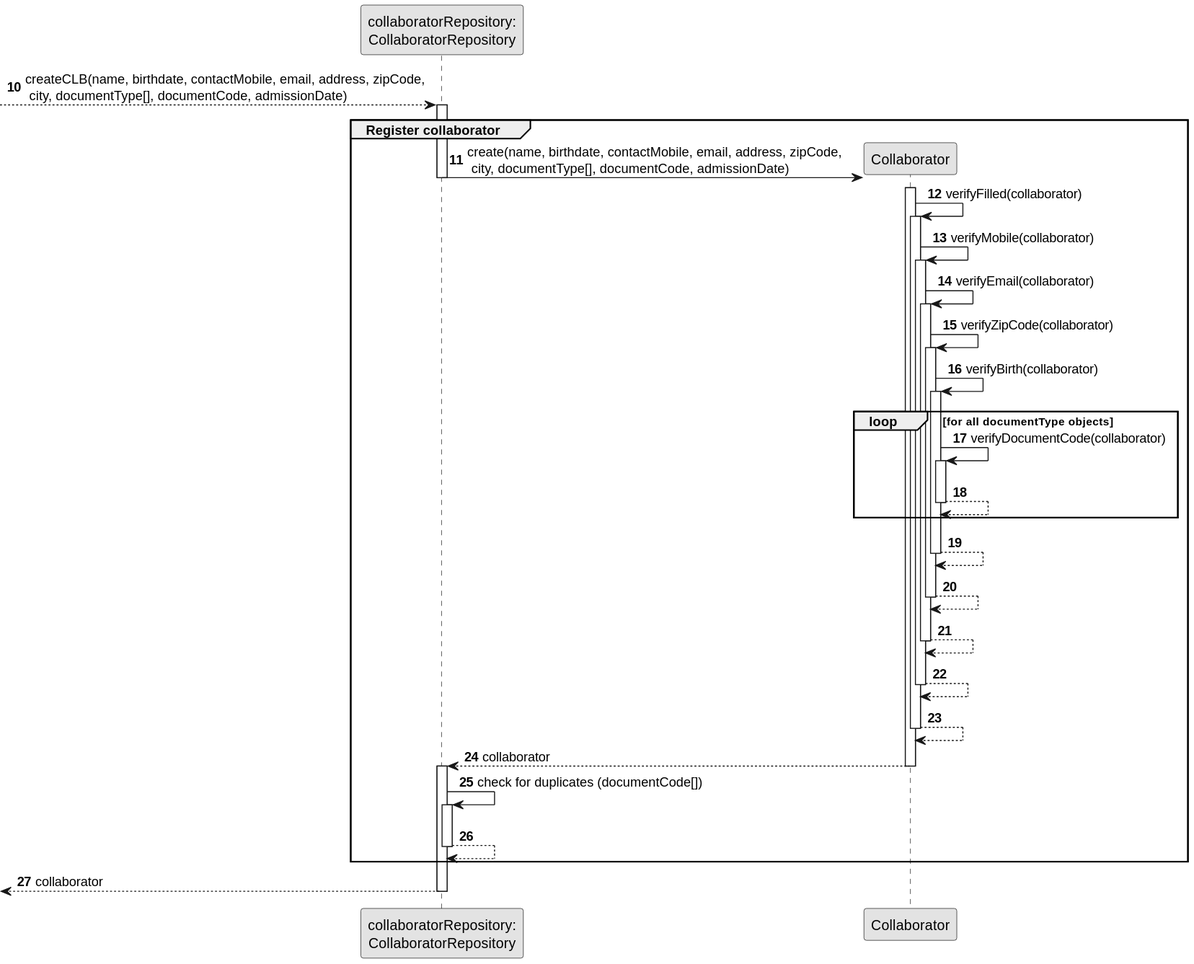
Earlier version of the PlantUML export docs/sprintB/us003/03.design/svg/us003-sequence-diagram-partial-register-collab.svg (ricardomm7/leaflink).
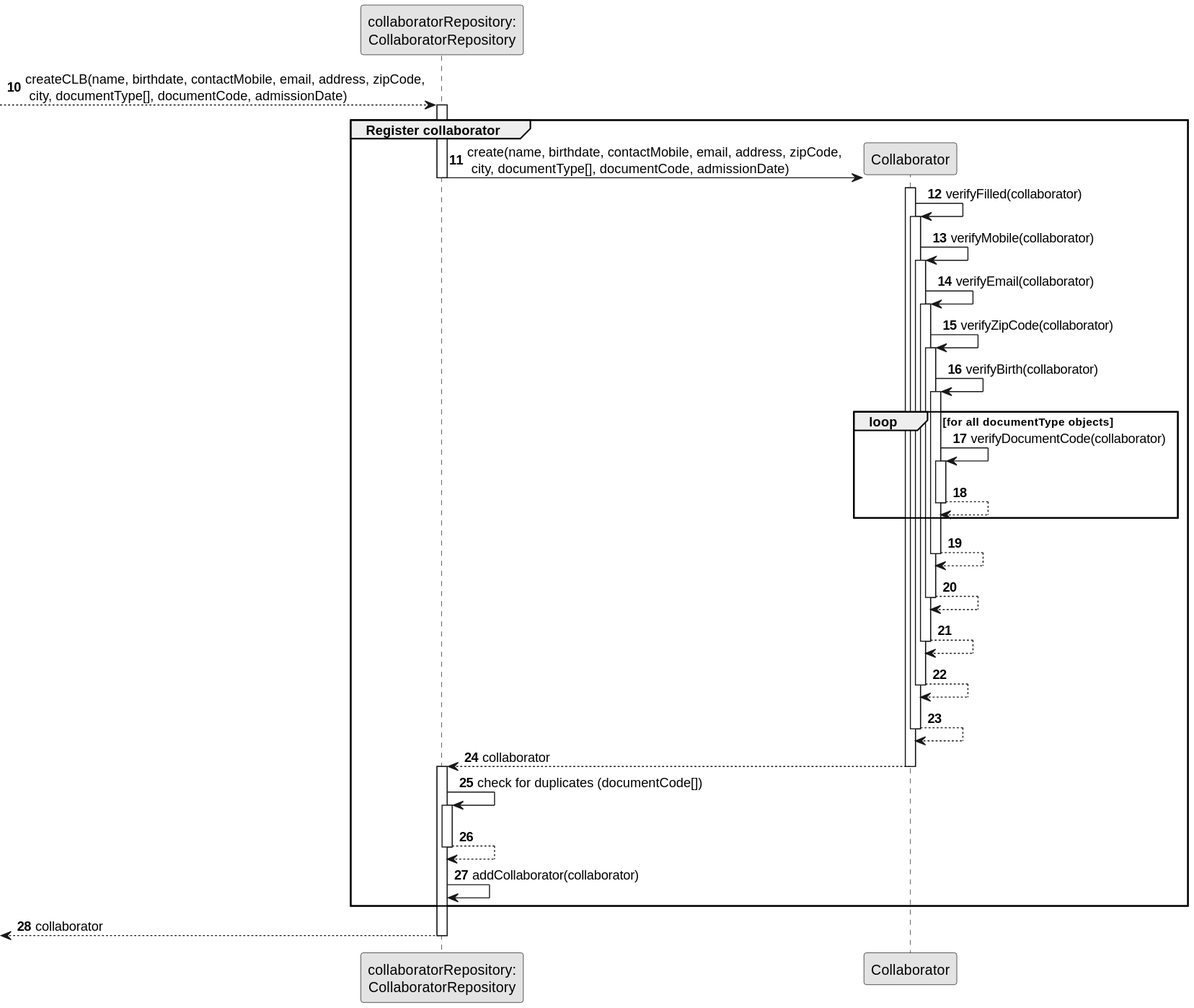
The same file after the commit.

What changed in the source:
```diff
@@ -52,6 +52,8 @@
 activate CLBREP
 CLBREP --> CLBREP
 deactivate CLBREP
+CLBREP -> CLBREP: addCollaborator(collaborator)
+
 end
 <--CLBREP : collaborator
 deactivate CLBREP
```
